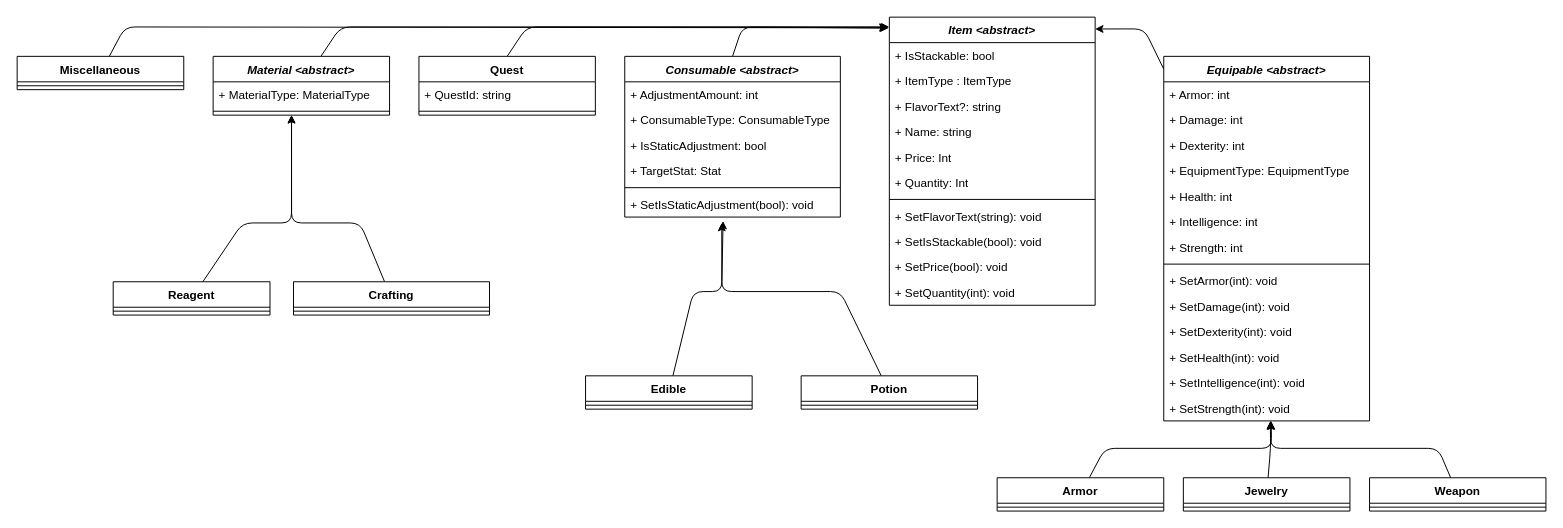
This is docs/design/domain_models/items.drawio from scottfalbo/GameEngine, a draw.io file, before an edit. Source tidied: cells renumbered, new cells numbered last; positions are measured from the earlier drawing's top-left corner, leaving out a move shared by most shapes. Both pictures are drawn from the tidied source at 98%, with x=0, y=0 at pixel (17, 17).
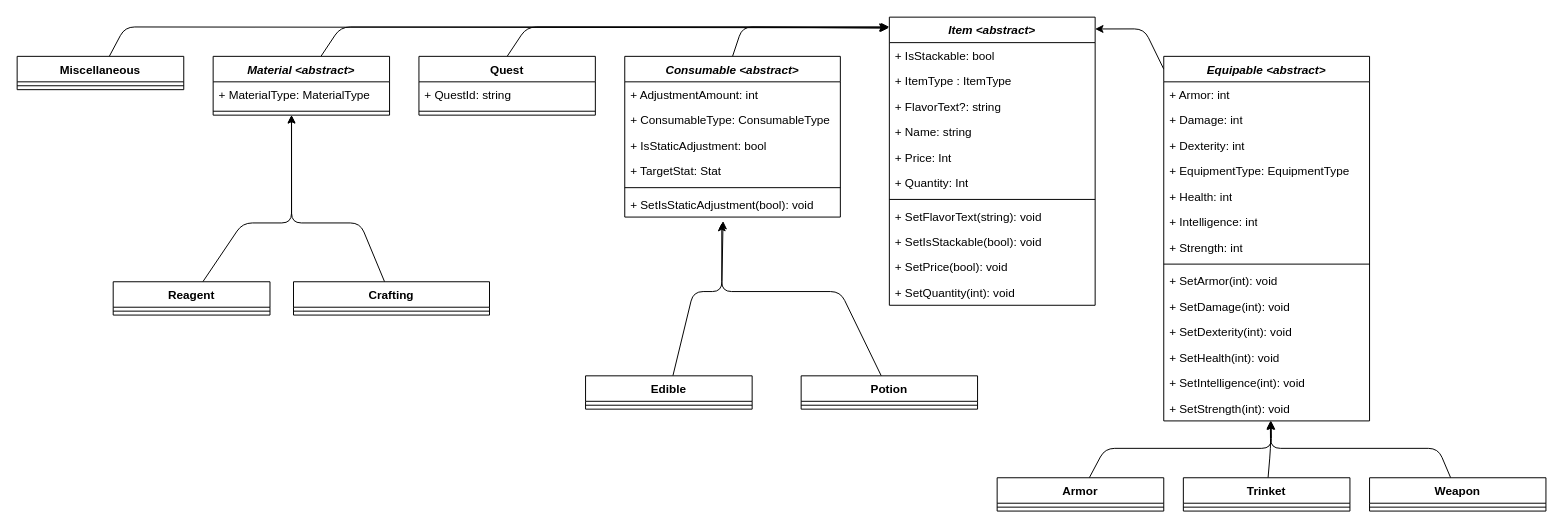
The same diagram, later.

Change to the diagram source:
```diff
@@
-    <mxCell id="61" value="Jewelry" style="swimlane;fontStyle=1;align=center;verticalAlign=top;horizontal=1;startSize=26;whiteSpace=wrap;html=1;" parent="1" vertex="1">
+    <mxCell id="61" value="Trinket" style="swimlane;fontStyle=1;align=center;verticalAlign=top;horizontal=1;startSize=26;whiteSpace=wrap;html=1;" parent="1" vertex="1">
       <mxGeometry x="1190" y="470" width="170" height="34" as="geometry" />
     </mxCell>
```
